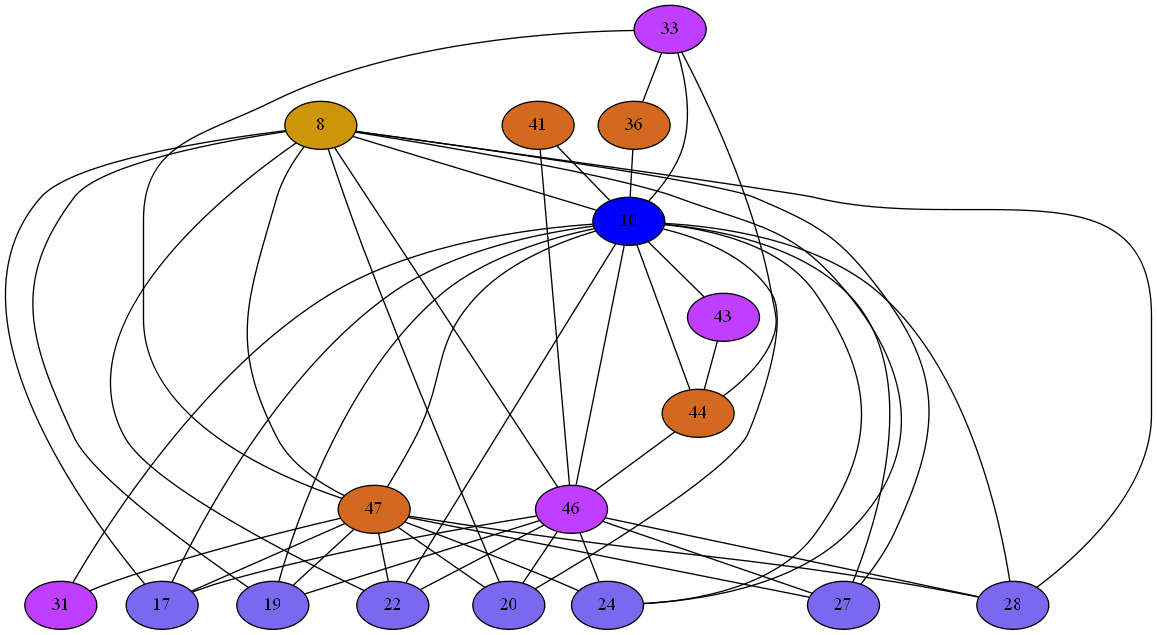
mbajaj92/Project-Astoria keeps this Graphviz diagram as Compiler/23iGraph.png. Above is the earlier version. Its source is kept beside it as Compiler/23iGraph.dot. The source it was exported from:
```dot
strict graph {
33[label="33" style=filled fillcolor="darkorchid1"];
33 -- 36
33 -- 10
33 -- 44
33 -- 47
36[label="36" style=filled fillcolor="chocolate"];
36 -- 33
36 -- 10
8[label="8" style=filled fillcolor="darkgoldenrod3"];
8 -- 17
8 -- 19
8 -- 20
8 -- 22
8 -- 24
8 -- 10
8 -- 27
8 -- 28
8 -- 46
8 -- 47
41[label="41" style=filled fillcolor="chocolate"];
41 -- 10
41 -- 46
10[label="10" style=filled fillcolor="blue1"];
10 -- 33
10 -- 36
10 -- 8
10 -- 41
10 -- 43
10 -- 44
10 -- 46
10 -- 47
10 -- 17
10 -- 19
10 -- 20
10 -- 22
10 -- 24
10 -- 27
10 -- 28
10 -- 31
43[label="43" style=filled fillcolor="darkorchid1"];
43 -- 10
43 -- 44
44[label="44" style=filled fillcolor="chocolate"];
44 -- 33
44 -- 10
44 -- 43
44 -- 46
46[label="46" style=filled fillcolor="darkorchid1"];
46 -- 17
46 -- 19
46 -- 20
46 -- 22
46 -- 24
46 -- 8
46 -- 41
46 -- 10
46 -- 27
46 -- 44
46 -- 28
47[label="47" style=filled fillcolor="chocolate"];
47 -- 33
47 -- 17
47 -- 19
47 -- 20
47 -- 22
47 -- 24
47 -- 8
47 -- 10
47 -- 27
47 -- 28
47 -- 31
17[label="17" style=filled fillcolor="mediumslateblue"];
17 -- 8
17 -- 10
17 -- 46
17 -- 47
19[label="19" style=filled fillcolor="mediumslateblue"];
19 -- 8
19 -- 10
19 -- 46
19 -- 47
20[label="20" style=filled fillcolor="mediumslateblue"];
20 -- 8
20 -- 10
20 -- 46
20 -- 47
22[label="22" style=filled fillcolor="mediumslateblue"];
22 -- 8
22 -- 10
22 -- 46
22 -- 47
24[label="24" style=filled fillcolor="mediumslateblue"];
24 -- 8
24 -- 10
24 -- 46
24 -- 47
27[label="27" style=filled fillcolor="mediumslateblue"];
27 -- 8
27 -- 10
27 -- 46
27 -- 47
28[label="28" style=filled fillcolor="mediumslateblue"];
28 -- 8
28 -- 10
28 -- 46
28 -- 47
31[label="31" style=filled fillcolor="darkorchid1"];
31 -- 10
31 -- 47
}
```
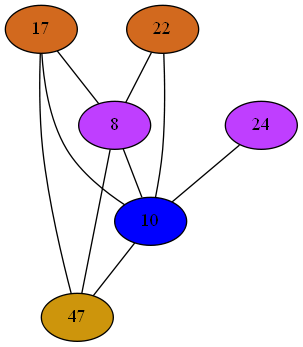
Above is the later version.

Change to the diagram source:
```diff
@@ -1,111 +1,26 @@
 strict graph {
-33[label="33" style=filled fillcolor="darkorchid1"];
-33 -- 36
-33 -- 10
-33 -- 44
-33 -- 47
-36[label="36" style=filled fillcolor="chocolate"];
-36 -- 33
-36 -- 10
-8[label="8" style=filled fillcolor="darkgoldenrod3"];
+17[label="17" style=filled fillcolor="chocolate"];
+17 -- 8
+17 -- 10
+17 -- 47
+22[label="22" style=filled fillcolor="chocolate"];
+22 -- 8
+22 -- 10
+24[label="24" style=filled fillcolor="darkorchid1"];
+24 -- 10
+8[label="8" style=filled fillcolor="darkorchid1"];
 8 -- 17
-8 -- 19
-8 -- 20
 8 -- 22
-8 -- 24
 8 -- 10
-8 -- 27
-8 -- 28
-8 -- 46
 8 -- 47
-41[label="41" style=filled fillcolor="chocolate"];
-41 -- 10
-41 -- 46
 10[label="10" style=filled fillcolor="blue1"];
-10 -- 33
-10 -- 36
-10 -- 8
-10 -- 41
-10 -- 43
-10 -- 44
-10 -- 46
-10 -- 47
 10 -- 17
-10 -- 19
-10 -- 20
 10 -- 22
 10 -- 24
-10 -- 27
-10 -- 28
-10 -- 31
-43[label="43" style=filled fillcolor="darkorchid1"];
-43 -- 10
-43 -- 44
-44[label="44" style=filled fillcolor="chocolate"];
-44 -- 33
-44 -- 10
-44 -- 43
-44 -- 46
-46[label="46" style=filled fillcolor="darkorchid1"];
-46 -- 17
-46 -- 19
-46 -- 20
-46 -- 22
-46 -- 24
-46 -- 8
-46 -- 41
-46 -- 10
-46 -- 27
-46 -- 44
-46 -- 28
-47[label="47" style=filled fillcolor="chocolate"];
-47 -- 33
+10 -- 8
+10 -- 47
+47[label="47" style=filled fillcolor="darkgoldenrod3"];
 47 -- 17
-47 -- 19
-47 -- 20
-47 -- 22
-47 -- 24
 47 -- 8
 47 -- 10
-47 -- 27
-47 -- 28
-47 -- 31
-17[label="17" style=filled fillcolor="mediumslateblue"];
-17 -- 8
-17 -- 10
-17 -- 46
-17 -- 47
-19[label="19" style=filled fillcolor="mediumslateblue"];
-19 -- 8
-19 -- 10
-19 -- 46
-19 -- 47
-20[label="20" style=filled fillcolor="mediumslateblue"];
-20 -- 8
-20 -- 10
-20 -- 46
-20 -- 47
-22[label="22" style=filled fillcolor="mediumslateblue"];
-22 -- 8
-22 -- 10
-22 -- 46
-22 -- 47
-24[label="24" style=filled fillcolor="mediumslateblue"];
-24 -- 8
-24 -- 10
-24 -- 46
-24 -- 47
-27[label="27" style=filled fillcolor="mediumslateblue"];
-27 -- 8
-27 -- 10
-27 -- 46
-27 -- 47
-28[label="28" style=filled fillcolor="mediumslateblue"];
-28 -- 8
-28 -- 10
-28 -- 46
-28 -- 47
-31[label="31" style=filled fillcolor="darkorchid1"];
-31 -- 10
-31 -- 47
 }
```
